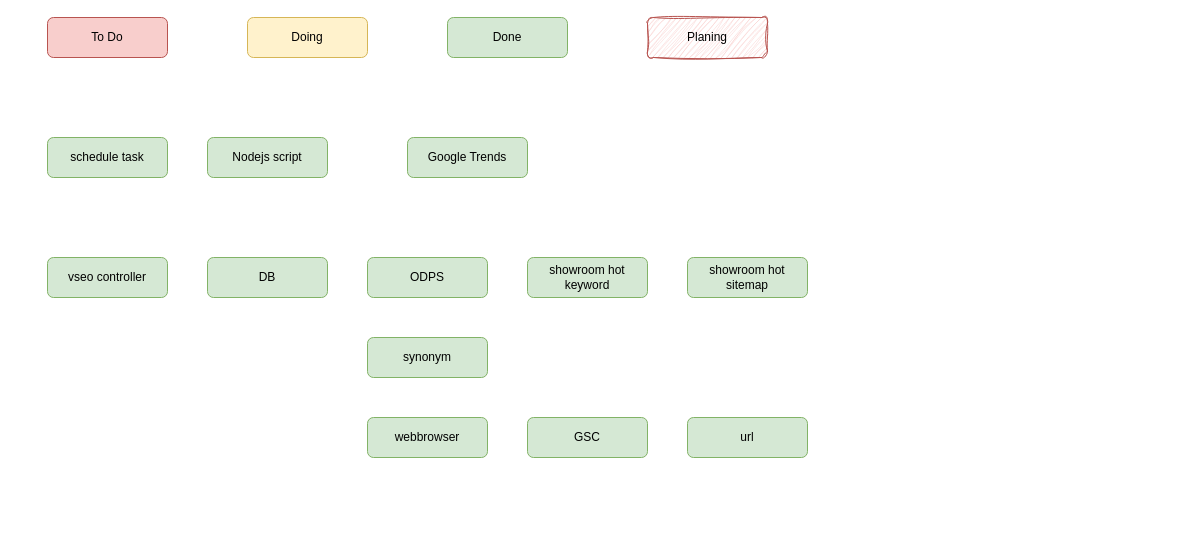
Earlier version of the draw.io diagram drawio/trend_keywords.drawio (VisableHarry/seo-drawio). Source tidied: cells renumbered, new cells numbered last; positions are measured from the earlier drawing's top-left corner, leaving out a move shared by most shapes. Both pictures are drawn from the tidied source at 100%, with x=0, y=0 at pixel (47, 17).
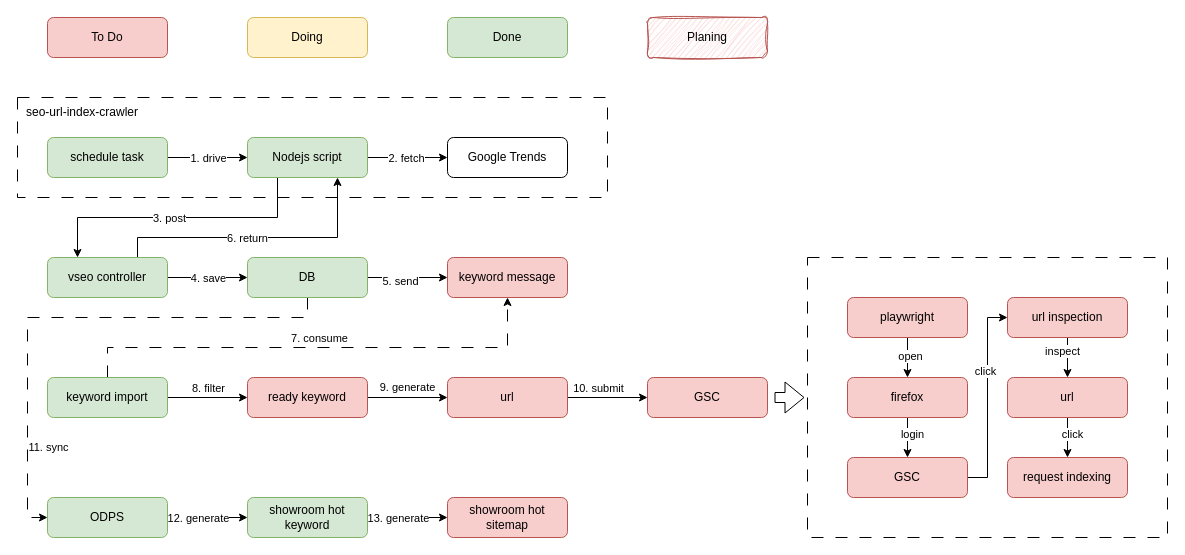
After the change.

Unchanged cells that the change refers to:
```xml
<mxCell id="6" value="schedule task" style="rounded=1;whiteSpace=wrap;html=1;fillColor=#d5e8d4;strokeColor=#82b366;" parent="1" vertex="1">
  <mxGeometry y="120" width="120" height="40" as="geometry" />
</mxCell>
<mxCell id="9" value="vseo controller" style="rounded=1;whiteSpace=wrap;html=1;fillColor=#d5e8d4;strokeColor=#82b366;" parent="1" vertex="1">
  <mxGeometry y="240" width="120" height="40" as="geometry" />
</mxCell>
```

Change to the diagram source:
```diff
@@
+    <mxCell id="18" style="rounded=0;whiteSpace=wrap;html=1;dashed=1;dashPattern=12 12;" parent="1" vertex="1">
+      <mxGeometry x="-30" y="80" width="590" height="100" as="geometry" />
+    </mxCell>
+    <mxCell id="19" style="rounded=0;whiteSpace=wrap;html=1;gradientColor=none;fillColor=none;dashed=1;dashPattern=12 12;" parent="1" vertex="1">
+      <mxGeometry x="760" y="240" width="360" height="280" as="geometry" />
+    </mxCell>
+    <mxCell id="20" value="9. generate" style="edgeStyle=orthogonalEdgeStyle;rounded=0;jettySize=auto;html=1;exitX=1;exitY=0.5;exitDx=0;exitDy=0;entryX=0;entryY=0.5;entryDx=0;entryDy=0;" parent="1" edge="1" source="46" target="14">
+      <mxGeometry y="10" relative="1" as="geometry" />
+    </mxCell>
@@
+    <mxCell id="21" style="edgeStyle=orthogonalEdgeStyle;rounded=0;jettySize=auto;html=1;exitX=1;exitY=0.5;exitDx=0;exitDy=0;entryX=0;entryY=0.5;entryDx=0;entryDy=0;" parent="1" edge="1" source="6" target="7">
+      <mxGeometry relative="1" as="geometry" />
+    </mxCell>
+    <mxCell id="22" value="1. drive" style="edgeLabel;html=1;align=center;verticalAlign=middle;" parent="21" vertex="1">
+      <mxGeometry x="-0.45" y="3" relative="1" as="geometry">
+        <mxPoint x="18" y="3" as="offset" />
+      </mxGeometry>
+    </mxCell>
@@
+    <mxCell id="23" style="edgeStyle=orthogonalEdgeStyle;rounded=0;jettySize=auto;html=1;exitX=1;exitY=0.5;exitDx=0;exitDy=0;entryX=0;entryY=0.5;entryDx=0;entryDy=0;" parent="1" edge="1" source="7" target="8">
+      <mxGeometry relative="1" as="geometry" />
+    </mxCell>
+    <mxCell id="24" value="2. fetch" style="edgeLabel;html=1;align=center;verticalAlign=middle;" parent="23" vertex="1">
+      <mxGeometry x="-0.05" y="-2" relative="1" as="geometry">
+        <mxPoint y="-2" as="offset" />
+      </mxGeometry>
+    </mxCell>
+    <mxCell id="25" style="edgeStyle=orthogonalEdgeStyle;rounded=0;jettySize=auto;html=1;exitX=0.25;exitY=1;exitDx=0;exitDy=0;entryX=0.25;entryY=0;entryDx=0;entryDy=0;" parent="1" edge="1" source="7" target="9">
+      <mxGeometry relative="1" as="geometry" />
+    </mxCell>
+    <mxCell id="26" value="3. post" style="edgeLabel;html=1;align=center;verticalAlign=middle;" parent="25" vertex="1">
+      <mxGeometry x="0.01" y="-6" relative="1" as="geometry">
+        <mxPoint x="-8" y="6" as="offset" />
+      </mxGeometry>
+    </mxCell>
     <mxCell id="7" value="Nodejs script" style="rounded=1;whiteSpace=wrap;html=1;fillColor=#d5e8d4;strokeColor=#82b366;" parent="1" vertex="1">
-      <mxGeometry x="160" y="120" width="120" height="40" as="geometry" />
+      <mxGeometry x="200" y="120" width="120" height="40" as="geometry" />
     </mxCell>
-    <mxCell id="8" value="Google Trends" style="rounded=1;whiteSpace=wrap;html=1;fillColor=#d5e8d4;strokeColor=#82b366;" parent="1" vertex="1">
-      <mxGeometry x="360" y="120" width="120" height="40" as="geometry" />
+    <mxCell id="8" value="Google Trends" style="rounded=1;whiteSpace=wrap;html=1;" parent="1" vertex="1">
+      <mxGeometry x="400" y="120" width="120" height="40" as="geometry" />
     </mxCell>
+    <mxCell id="27" style="edgeStyle=orthogonalEdgeStyle;rounded=0;jettySize=auto;html=1;exitX=1;exitY=0.5;exitDx=0;exitDy=0;entryX=0;entryY=0.5;entryDx=0;entryDy=0;" parent="1" edge="1" source="9" target="10">
+      <mxGeometry relative="1" as="geometry" />
+    </mxCell>
+    <mxCell id="28" value="4. save" style="edgeLabel;html=1;align=center;verticalAlign=middle;" parent="27" vertex="1">
+      <mxGeometry x="0.1" y="-1" relative="1" as="geometry">
+        <mxPoint x="-4" y="-1" as="offset" />
+      </mxGeometry>
+    </mxCell>
+    <mxCell id="29" style="edgeStyle=orthogonalEdgeStyle;rounded=0;jettySize=auto;html=1;exitX=0.75;exitY=0;exitDx=0;exitDy=0;entryX=0.75;entryY=1;entryDx=0;entryDy=0;" parent="1" edge="1" source="9" target="7">
+      <mxGeometry relative="1" as="geometry">
+        <Array as="points">
+          <mxPoint x="90" y="220" />
+          <mxPoint x="290" y="220" />
+        </Array>
+      </mxGeometry>
+    </mxCell>
+    <mxCell id="30" value="6. return" style="edgeLabel;html=1;align=center;verticalAlign=middle;" parent="29" vertex="1">
+      <mxGeometry x="-0.08" relative="1" as="geometry" />
+    </mxCell>
@@
+    <mxCell id="31" style="edgeStyle=orthogonalEdgeStyle;rounded=0;jettySize=auto;html=1;exitX=1;exitY=0.5;exitDx=0;exitDy=0;entryX=0;entryY=0.5;entryDx=0;entryDy=0;" parent="1" edge="1" source="10" target="45">
+      <mxGeometry relative="1" as="geometry" />
+    </mxCell>
+    <mxCell id="32" value="5. send" style="edgeLabel;html=1;align=center;verticalAlign=middle;" parent="31" vertex="1">
+      <mxGeometry x="-0.2" y="-3" relative="1" as="geometry" />
+    </mxCell>
+    <mxCell id="33" style="edgeStyle=orthogonalEdgeStyle;rounded=0;jettySize=auto;html=1;exitX=0.5;exitY=1;exitDx=0;exitDy=0;entryX=0;entryY=0.5;entryDx=0;entryDy=0;dashed=1;dashPattern=12 12;" parent="1" edge="1" source="10" target="11">
+      <mxGeometry relative="1" as="geometry">
+        <Array as="points">
+          <mxPoint x="260" y="300" />
+          <mxPoint x="-20" y="300" />
+          <mxPoint x="-20" y="500" />
+        </Array>
+      </mxGeometry>
+    </mxCell>
+    <mxCell id="34" value="11. sync" style="edgeLabel;html=1;align=center;verticalAlign=middle;" parent="33" vertex="1">
+      <mxGeometry x="0.73" y="1" relative="1" as="geometry">
+        <mxPoint x="19" y="-21" as="offset" />
+      </mxGeometry>
+    </mxCell>
     <mxCell id="10" value="DB" style="rounded=1;whiteSpace=wrap;html=1;fillColor=#d5e8d4;strokeColor=#82b366;" parent="1" vertex="1">
-      <mxGeometry x="160" y="240" width="120" height="40" as="geometry" />
+      <mxGeometry x="200" y="240" width="120" height="40" as="geometry" />
     </mxCell>
+    <mxCell id="35" style="edgeStyle=orthogonalEdgeStyle;rounded=0;jettySize=auto;html=1;exitX=1;exitY=0.5;exitDx=0;exitDy=0;entryX=0;entryY=0.5;entryDx=0;entryDy=0;" parent="1" edge="1" source="11" target="12">
+      <mxGeometry relative="1" as="geometry" />
+    </mxCell>
+    <mxCell id="36" value="12. generate" style="edgeLabel;html=1;align=center;verticalAlign=middle;" parent="35" vertex="1">
+      <mxGeometry x="-0.03" y="-2" relative="1" as="geometry">
+        <mxPoint x="-9" y="-2" as="offset" />
+      </mxGeometry>
+    </mxCell>
     <mxCell id="11" value="ODPS" style="rounded=1;whiteSpace=wrap;html=1;fillColor=#d5e8d4;strokeColor=#82b366;" parent="1" vertex="1">
-      <mxGeometry x="320" y="240" width="120" height="40" as="geometry" />
+      <mxGeometry y="480" width="120" height="40" as="geometry" />
     </mxCell>
+    <mxCell id="37" style="edgeStyle=orthogonalEdgeStyle;rounded=0;jettySize=auto;html=1;exitX=1;exitY=0.5;exitDx=0;exitDy=0;entryX=0;entryY=0.5;entryDx=0;entryDy=0;" parent="1" edge="1" source="12" target="13">
+      <mxGeometry relative="1" as="geometry" />
+    </mxCell>
+    <mxCell id="38" value="13. generate" style="edgeLabel;html=1;align=center;verticalAlign=middle;" parent="37" vertex="1">
+      <mxGeometry y="-1" relative="1" as="geometry">
+        <mxPoint x="-10" y="-1" as="offset" />
+      </mxGeometry>
+    </mxCell>
     <mxCell id="12" value="showroom hot keyword" style="rounded=1;whiteSpace=wrap;html=1;fillColor=#d5e8d4;strokeColor=#82b366;" parent="1" vertex="1">
-      <mxGeometry x="480" y="240" width="120" height="40" as="geometry" />
+      <mxGeometry x="200" y="480" width="120" height="40" as="geometry" />
     </mxCell>
-    <mxCell id="13" value="showroom hot sitemap" style="rounded=1;whiteSpace=wrap;html=1;fillColor=#d5e8d4;strokeColor=#82b366;" parent="1" vertex="1">
-      <mxGeometry x="640" y="240" width="120" height="40" as="geometry" />
+    <mxCell id="13" value="showroom hot sitemap" style="rounded=1;whiteSpace=wrap;html=1;fillColor=#f8cecc;strokeColor=#b85450;" parent="1" vertex="1">
+      <mxGeometry x="400" y="480" width="120" height="40" as="geometry" />
     </mxCell>
+    <mxCell id="39" style="edgeStyle=orthogonalEdgeStyle;rounded=0;jettySize=auto;html=1;exitX=1;exitY=0.5;exitDx=0;exitDy=0;entryX=0;entryY=0.5;entryDx=0;entryDy=0;" parent="1" edge="1" source="14" target="16">
+      <mxGeometry relative="1" as="geometry" />
+    </mxCell>
+    <mxCell id="40" value="10. submit" style="edgeLabel;html=1;align=center;verticalAlign=middle;" parent="39" vertex="1">
+      <mxGeometry x="0.03" y="4" relative="1" as="geometry">
+        <mxPoint x="-11" y="-6" as="offset" />
+      </mxGeometry>
+    </mxCell>
-    <mxCell id="14" value="webbrowser" style="rounded=1;whiteSpace=wrap;html=1;fillColor=#d5e8d4;strokeColor=#82b366;" parent="1" vertex="1">
-      <mxGeometry x="320" y="400" width="120" height="40" as="geometry" />
+    <mxCell id="14" value="url" style="rounded=1;whiteSpace=wrap;html=1;fillColor=#f8cecc;strokeColor=#b85450;" parent="1" vertex="1">
+      <mxGeometry x="400" y="360" width="120" height="40" as="geometry" />
     </mxCell>
+    <mxCell id="16" value="GSC" style="rounded=1;whiteSpace=wrap;html=1;fillColor=#f8cecc;strokeColor=#b85450;" parent="1" vertex="1">
+      <mxGeometry x="600" y="360" width="120" height="40" as="geometry" />
+    </mxCell>
+    <mxCell id="41" style="edgeStyle=orthogonalEdgeStyle;rounded=0;jettySize=auto;html=1;exitX=1;exitY=0.5;exitDx=0;exitDy=0;" parent="1" edge="1" source="17" target="46">
+      <mxGeometry relative="1" as="geometry" />
+    </mxCell>
+    <mxCell id="42" value="8. filter" style="edgeLabel;html=1;align=center;verticalAlign=middle;" parent="41" vertex="1">
+      <mxGeometry x="-0.33" y="4" relative="1" as="geometry">
+        <mxPoint x="13" y="-6" as="offset" />
+      </mxGeometry>
+    </mxCell>
+    <mxCell id="43" style="edgeStyle=orthogonalEdgeStyle;rounded=0;jettySize=auto;html=1;exitX=0.5;exitY=0;exitDx=0;exitDy=0;entryX=0.5;entryY=1;entryDx=0;entryDy=0;dashed=1;dashPattern=12 12;" parent="1" edge="1" source="17" target="45">
+      <mxGeometry relative="1" as="geometry">
+        <Array as="points">
+          <mxPoint x="60" y="330" />
+          <mxPoint x="460" y="330" />
+        </Array>
+      </mxGeometry>
+    </mxCell>
+    <mxCell id="44" value="7. consume" style="edgeLabel;html=1;align=center;verticalAlign=middle;" parent="43" vertex="1">
+      <mxGeometry x="-0.06" y="-2" relative="1" as="geometry">
+        <mxPoint x="15" y="-12" as="offset" />
+      </mxGeometry>
+    </mxCell>
+    <mxCell id="17" value="keyword import" style="rounded=1;whiteSpace=wrap;html=1;fillColor=#d5e8d4;strokeColor=#82b366;" parent="1" vertex="1">
+      <mxGeometry y="360" width="120" height="40" as="geometry" />
+    </mxCell>
+    <mxCell id="45" value="keyword message" style="rounded=1;whiteSpace=wrap;html=1;fillColor=#f8cecc;strokeColor=#b85450;" parent="1" vertex="1">
+      <mxGeometry x="400" y="240" width="120" height="40" as="geometry" />
+    </mxCell>
+    <mxCell id="46" value="ready keyword" style="rounded=1;whiteSpace=wrap;html=1;fillColor=#f8cecc;strokeColor=#b85450;" parent="1" vertex="1">
+      <mxGeometry x="200" y="360" width="120" height="40" as="geometry" />
+    </mxCell>
+    <mxCell id="47" style="edgeStyle=orthogonalEdgeStyle;rounded=0;jettySize=auto;html=1;exitX=0.5;exitY=1;exitDx=0;exitDy=0;entryX=0.5;entryY=0;entryDx=0;entryDy=0;" parent="1" edge="1" source="49" target="52">
+      <mxGeometry relative="1" as="geometry" />
+    </mxCell>
+    <mxCell id="48" value="open" style="edgeLabel;html=1;align=center;verticalAlign=middle;" parent="47" vertex="1">
+      <mxGeometry x="-0.1" y="2" relative="1" as="geometry" />
+    </mxCell>
+    <mxCell id="49" value="playwright" style="rounded=1;whiteSpace=wrap;html=1;fillColor=#f8cecc;strokeColor=#b85450;" parent="1" vertex="1">
+      <mxGeometry x="800" y="280" width="120" height="40" as="geometry" />
+    </mxCell>
+    <mxCell id="50" style="edgeStyle=orthogonalEdgeStyle;rounded=0;jettySize=auto;html=1;exitX=0.5;exitY=1;exitDx=0;exitDy=0;entryX=0.5;entryY=0;entryDx=0;entryDy=0;" parent="1" edge="1" source="52" target="15">
+      <mxGeometry relative="1" as="geometry" />
+    </mxCell>
+    <mxCell id="51" value="login" style="edgeLabel;html=1;align=center;verticalAlign=middle;" parent="50" vertex="1">
+      <mxGeometry x="-0.2" y="4" relative="1" as="geometry" />
+    </mxCell>
+    <mxCell id="52" value="firefox" style="rounded=1;whiteSpace=wrap;html=1;fillColor=#f8cecc;strokeColor=#b85450;" parent="1" vertex="1">
+      <mxGeometry x="800" y="360" width="120" height="40" as="geometry" />
+    </mxCell>
+    <mxCell id="53" style="edgeStyle=orthogonalEdgeStyle;rounded=0;jettySize=auto;html=1;exitX=1;exitY=0.5;exitDx=0;exitDy=0;entryX=0;entryY=0.5;entryDx=0;entryDy=0;" parent="1" edge="1" source="15" target="57">
+      <mxGeometry relative="1" as="geometry" />
+    </mxCell>
+    <mxCell id="54" value="click" style="edgeLabel;html=1;align=center;verticalAlign=middle;" parent="53" vertex="1">
+      <mxGeometry x="0.27" y="4" relative="1" as="geometry">
+        <mxPoint x="1" as="offset" />
+      </mxGeometry>
+    </mxCell>
-    <mxCell id="15" value="GSC" style="rounded=1;whiteSpace=wrap;html=1;fillColor=#d5e8d4;strokeColor=#82b366;" parent="1" vertex="1">
-      <mxGeometry x="480" y="400" width="120" height="40" as="geometry" />
+    <mxCell id="15" value="GSC" style="rounded=1;whiteSpace=wrap;html=1;fillColor=#f8cecc;strokeColor=#b85450;" parent="1" vertex="1">
+      <mxGeometry x="800" y="440" width="120" height="40" as="geometry" />
     </mxCell>
-    <mxCell id="16" value="url" style="rounded=1;whiteSpace=wrap;html=1;fillColor=#d5e8d4;strokeColor=#82b366;" parent="1" vertex="1">
-      <mxGeometry x="640" y="400" width="120" height="40" as="geometry" />
-    </mxCell>
-    <mxCell id="17" value="synonym" style="rounded=1;whiteSpace=wrap;html=1;fillColor=#d5e8d4;strokeColor=#82b366;" parent="1" vertex="1">
-      <mxGeometry x="320" y="320" width="120" height="40" as="geometry" />
-    </mxCell>
+    <mxCell id="55" style="edgeStyle=orthogonalEdgeStyle;rounded=0;jettySize=auto;html=1;exitX=0.5;exitY=1;exitDx=0;exitDy=0;entryX=0.5;entryY=0;entryDx=0;entryDy=0;" parent="1" edge="1" source="57" target="60">
+      <mxGeometry relative="1" as="geometry" />
+    </mxCell>
+    <mxCell id="56" value="inspect" style="edgeLabel;html=1;align=center;verticalAlign=middle;" parent="55" vertex="1">
+      <mxGeometry x="-0.35" y="-6" relative="1" as="geometry" />
+    </mxCell>
+    <mxCell id="57" value="url inspection" style="rounded=1;whiteSpace=wrap;html=1;fillColor=#f8cecc;strokeColor=#b85450;" parent="1" vertex="1">
+      <mxGeometry x="960" y="280" width="120" height="40" as="geometry" />
+    </mxCell>
+    <mxCell id="58" style="edgeStyle=orthogonalEdgeStyle;rounded=0;jettySize=auto;html=1;exitX=0.5;exitY=1;exitDx=0;exitDy=0;entryX=0.5;entryY=0;entryDx=0;entryDy=0;" parent="1" edge="1" source="60" target="61">
+      <mxGeometry relative="1" as="geometry" />
+    </mxCell>
+    <mxCell id="59" value="click" style="edgeLabel;html=1;align=center;verticalAlign=middle;" parent="58" vertex="1">
+      <mxGeometry x="-0.2" y="4" relative="1" as="geometry" />
+    </mxCell>
+    <mxCell id="60" value="url" style="rounded=1;whiteSpace=wrap;html=1;fillColor=#f8cecc;strokeColor=#b85450;" parent="1" vertex="1">
+      <mxGeometry x="960" y="360" width="120" height="40" as="geometry" />
+    </mxCell>
+    <mxCell id="61" value="request indexing" style="rounded=1;whiteSpace=wrap;html=1;fillColor=#f8cecc;strokeColor=#b85450;" parent="1" vertex="1">
+      <mxGeometry x="960" y="440" width="120" height="40" as="geometry" />
+    </mxCell>
+    <mxCell id="62" style="shape=flexArrow;endArrow=classic;html=1;rounded=0;entryX=0;entryY=0.5;entryDx=0;entryDy=0;" parent="1" edge="1">
+      <mxGeometry relative="1" as="geometry">
+        <mxPoint x="727" y="380" as="sourcePoint" />
+        <mxPoint x="757" y="380" as="targetPoint" />
+      </mxGeometry>
+    </mxCell>
+    <mxCell id="63" value="seo-url-index-crawler" style="text;html=1;align=center;verticalAlign=middle;whiteSpace=wrap;rounded=0;" parent="1" vertex="1">
+      <mxGeometry x="-30" y="80" width="130" height="30" as="geometry" />
+    </mxCell>
```
